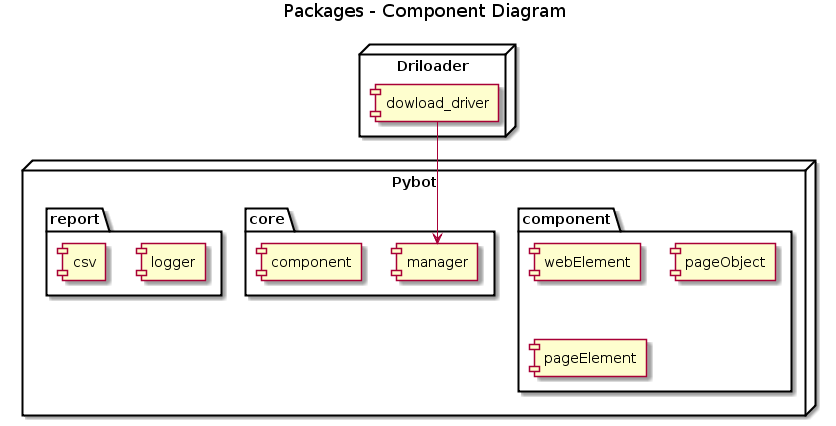
Earlier version of the PlantUML export 04-figuras/model.png (viegas/pybot_latex).
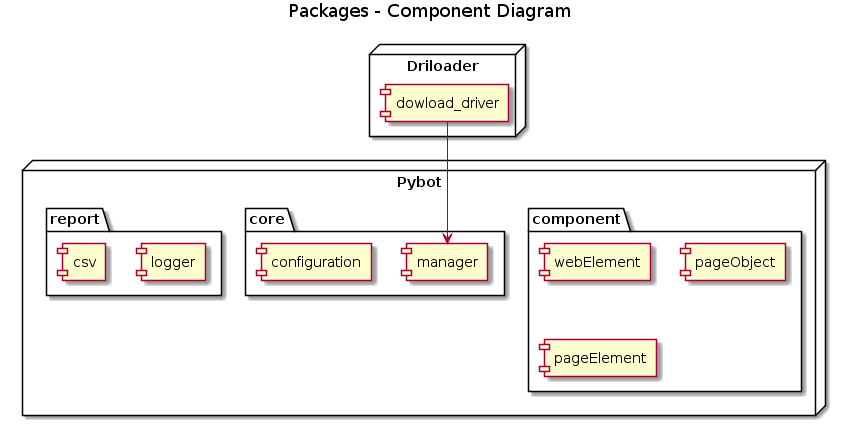
Above is the later version.

Change to the diagram source:
```diff
@@ -16,7 +16,7 @@
 
     package "core" {
         [manager] as m
-        [component] as comp
+        [configuration] as comp
     }
     package "report" {
         [logger] as l
```
